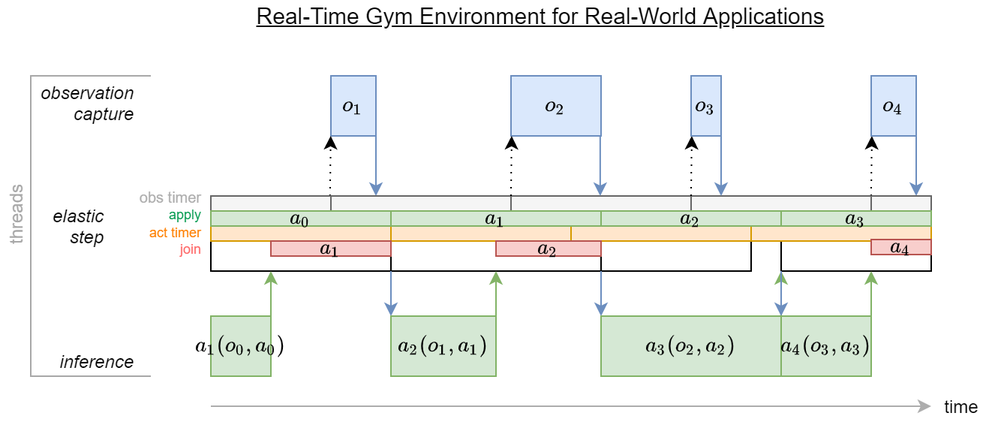
Earlier version of the draw.io export figures/rt_gym_env.png (Palamabron/TrackmaniaRL). Source tidied: cells renumbered, new cells last; positions are measured from the earlier drawing's top-left corner, leaving out a move shared by most shapes. The source it was exported from:
```xml
<mxGraphModel math="1">
  <root>
    <mxCell id="0" />
    <mxCell id="1" parent="0" />
    <mxCell id="2" style="strokeWidth=1;html=1;shape=mxgraph.flowchart.annotation_1;align=left;fontColor=#333333;fillColor=none;strokeColor=#A8A8A8;" parent="1" vertex="1">
      <mxGeometry x="40" y="50" width="80" height="200" as="geometry" />
    </mxCell>
    <mxCell id="3" style="rounded=0;whiteSpace=wrap;html=1;" parent="1" vertex="1">
      <mxGeometry x="160" y="130" width="120" height="50" as="geometry" />
    </mxCell>
    <mxCell id="4" style="endArrow=classic;html=1;fillColor=#f5f5f5;strokeColor=#ADADAD;" parent="1" edge="1">
      <mxGeometry relative="1" as="geometry">
        <mxPoint x="160" y="270" as="sourcePoint" />
        <mxPoint x="640" y="270" as="targetPoint" />
      </mxGeometry>
    </mxCell>
    <mxCell id="5" value="time" style="text;html=1;align=center;verticalAlign=middle;" parent="1" vertex="1">
      <mxGeometry x="640" y="260" width="40" height="20" as="geometry" />
    </mxCell>
    <mxCell id="6" value="$$a_1(o_0,a_0)$$" style="rounded=0;whiteSpace=wrap;html=1;fillColor=#d5e8d4;strokeColor=#82b366;" parent="1" vertex="1">
      <mxGeometry x="160" y="210" width="40" height="40" as="geometry" />
    </mxCell>
    <mxCell id="7" style="endArrow=classic;html=1;exitX=1;exitY=0;exitDx=0;exitDy=0;fillColor=#d5e8d4;strokeColor=#82b366;" parent="1" edge="1" source="6">
      <mxGeometry relative="1" as="geometry">
        <mxPoint x="200" y="180" as="targetPoint" />
      </mxGeometry>
    </mxCell>
    <mxCell id="8" value="&lt;i&gt;inference&lt;/i&gt;" style="text;html=1;align=right;verticalAlign=middle;" parent="1" vertex="1">
      <mxGeometry x="50" y="230" width="60" height="20" as="geometry" />
    </mxCell>
    <mxCell id="9" value="&lt;i&gt;observation&lt;br&gt;capture&lt;/i&gt;" style="text;html=1;align=right;verticalAlign=middle;" parent="1" vertex="1">
      <mxGeometry x="30" y="52.5" width="80" height="30" as="geometry" />
    </mxCell>
    <mxCell id="10" value="&lt;i&gt;elastic&lt;br&gt;step&lt;/i&gt;" style="text;html=1;align=right;verticalAlign=middle;" parent="1" vertex="1">
      <mxGeometry x="40" y="135" width="50" height="30" as="geometry" />
    </mxCell>
    <mxCell id="11" style="rounded=0;whiteSpace=wrap;html=1;" parent="1" vertex="1">
      <mxGeometry x="280" y="130" width="140" height="50" as="geometry" />
    </mxCell>
    <mxCell id="12" style="rounded=0;whiteSpace=wrap;html=1;" parent="1" vertex="1">
      <mxGeometry x="420" y="130" width="100" height="50" as="geometry" />
    </mxCell>
    <mxCell id="13" style="rounded=0;whiteSpace=wrap;html=1;" parent="1" vertex="1">
      <mxGeometry x="540" y="130" width="100" height="50" as="geometry" />
    </mxCell>
    <mxCell id="14" value="$$o_1$$" style="rounded=0;whiteSpace=wrap;html=1;fillColor=#dae8fc;strokeColor=#6c8ebf;" parent="1" vertex="1">
      <mxGeometry x="240" y="50" width="30" height="40" as="geometry" />
    </mxCell>
    <mxCell id="15" style="endArrow=classic;html=1;strokeColor=#000000;dashed=1;dashPattern=1 4;" parent="1" edge="1">
      <mxGeometry relative="1" as="geometry">
        <mxPoint x="239.4" y="130" as="sourcePoint" />
        <mxPoint x="239.9" y="90" as="targetPoint" />
      </mxGeometry>
    </mxCell>
    <mxCell id="16" style="endArrow=classic;html=1;fillColor=#dae8fc;strokeColor=#6c8ebf;" parent="1" edge="1">
      <mxGeometry relative="1" as="geometry">
        <mxPoint x="270" y="90" as="sourcePoint" />
        <mxPoint x="270" y="130" as="targetPoint" />
      </mxGeometry>
    </mxCell>
    <mxCell id="17" style="endArrow=classic;html=1;fillColor=#dae8fc;strokeColor=#6c8ebf;" parent="1" edge="1">
      <mxGeometry relative="1" as="geometry">
        <mxPoint x="280" y="180" as="sourcePoint" />
        <mxPoint x="280" y="210" as="targetPoint" />
      </mxGeometry>
    </mxCell>
    <mxCell id="18" value="$$a_2(o_1,a_1)$$" style="rounded=0;whiteSpace=wrap;html=1;fillColor=#d5e8d4;strokeColor=#82b366;" parent="1" vertex="1">
      <mxGeometry x="280" y="210" width="70" height="40" as="geometry" />
    </mxCell>
    <mxCell id="19" value="&lt;font color=&quot;#adadad&quot; size=&quot;1&quot;&gt;obs timer&lt;/font&gt;" style="text;html=1;align=right;verticalAlign=middle;" parent="1" vertex="1">
      <mxGeometry x="95" y="120" width="60" height="20" as="geometry" />
    </mxCell>
    <mxCell id="20" style="rounded=0;whiteSpace=wrap;html=1;fillColor=#f5f5f5;strokeColor=#666666;fontColor=#333333;" parent="1" vertex="1">
      <mxGeometry x="160" y="130" width="80" height="10" as="geometry" />
    </mxCell>
    <mxCell id="21" style="rounded=0;whiteSpace=wrap;html=1;fillColor=#f5f5f5;strokeColor=#666666;fontColor=#333333;" parent="1" vertex="1">
      <mxGeometry x="240" y="130" width="120" height="10" as="geometry" />
    </mxCell>
    <mxCell id="22" style="rounded=0;whiteSpace=wrap;html=1;fillColor=#f5f5f5;strokeColor=#666666;fontColor=#333333;" parent="1" vertex="1">
      <mxGeometry x="360" y="130" width="120" height="10" as="geometry" />
    </mxCell>
    <mxCell id="23" style="rounded=0;whiteSpace=wrap;html=1;fillColor=#f5f5f5;strokeColor=#666666;fontColor=#333333;" parent="1" vertex="1">
      <mxGeometry x="480" y="130" width="120" height="10" as="geometry" />
    </mxCell>
    <mxCell id="24" value="&lt;font style=&quot;font-size: 9px&quot; color=&quot;#00994d&quot;&gt;apply&lt;/font&gt;" style="text;html=1;align=right;verticalAlign=middle;" parent="1" vertex="1">
      <mxGeometry x="115" y="131" width="40" height="20" as="geometry" />
    </mxCell>
    <mxCell id="25" value="&lt;font style=&quot;font-size: 9px&quot; color=&quot;#ff6666&quot;&gt;join&lt;/font&gt;" style="text;html=1;align=right;verticalAlign=middle;" parent="1" vertex="1">
      <mxGeometry x="125" y="154" width="30" height="20" as="geometry" />
    </mxCell>
    <mxCell id="26" value="$$o_2$$" style="rounded=0;whiteSpace=wrap;html=1;fillColor=#dae8fc;strokeColor=#6c8ebf;" parent="1" vertex="1">
      <mxGeometry x="360" y="50" width="60" height="40" as="geometry" />
    </mxCell>
    <mxCell id="27" style="endArrow=classic;html=1;strokeColor=#000000;dashed=1;dashPattern=1 4;" parent="1" edge="1">
      <mxGeometry relative="1" as="geometry">
        <mxPoint x="360" y="130" as="sourcePoint" />
        <mxPoint x="360.4" y="90" as="targetPoint" />
      </mxGeometry>
    </mxCell>
    <mxCell id="28" style="endArrow=classic;html=1;fillColor=#dae8fc;strokeColor=#6c8ebf;" parent="1" edge="1">
      <mxGeometry relative="1" as="geometry">
        <mxPoint x="419.4" y="90" as="sourcePoint" />
        <mxPoint x="419.4" y="130" as="targetPoint" />
      </mxGeometry>
    </mxCell>
    <mxCell id="29" style="endArrow=classic;html=1;exitX=1;exitY=0;exitDx=0;exitDy=0;fillColor=#d5e8d4;strokeColor=#82b366;" parent="1" edge="1">
      <mxGeometry relative="1" as="geometry">
        <mxPoint x="350" y="210" as="sourcePoint" />
        <mxPoint x="350" y="180" as="targetPoint" />
      </mxGeometry>
    </mxCell>
    <mxCell id="30" style="endArrow=classic;html=1;strokeColor=#000000;dashed=1;dashPattern=1 4;" parent="1" edge="1">
      <mxGeometry relative="1" as="geometry">
        <mxPoint x="480" y="130" as="sourcePoint" />
        <mxPoint x="480.4" y="90" as="targetPoint" />
      </mxGeometry>
    </mxCell>
    <mxCell id="31" style="endArrow=classic;html=1;strokeColor=#000000;dashed=1;dashPattern=1 4;" parent="1" edge="1">
      <mxGeometry relative="1" as="geometry">
        <mxPoint x="600" y="130" as="sourcePoint" />
        <mxPoint x="600.4" y="90" as="targetPoint" />
      </mxGeometry>
    </mxCell>
    <mxCell id="32" value="$$o_3$$" style="rounded=0;whiteSpace=wrap;html=1;fillColor=#dae8fc;strokeColor=#6c8ebf;" parent="1" vertex="1">
      <mxGeometry x="480" y="50" width="20" height="40" as="geometry" />
    </mxCell>
    <mxCell id="33" value="$$o_4$$" style="rounded=0;whiteSpace=wrap;html=1;fillColor=#dae8fc;strokeColor=#6c8ebf;" parent="1" vertex="1">
      <mxGeometry x="600" y="50" width="30" height="40" as="geometry" />
    </mxCell>
    <mxCell id="34" style="endArrow=classic;html=1;fillColor=#dae8fc;strokeColor=#6c8ebf;" parent="1" edge="1">
      <mxGeometry relative="1" as="geometry">
        <mxPoint x="500" y="90" as="sourcePoint" />
        <mxPoint x="500" y="130" as="targetPoint" />
      </mxGeometry>
    </mxCell>
    <mxCell id="35" style="endArrow=classic;html=1;fillColor=#dae8fc;strokeColor=#6c8ebf;" parent="1" edge="1">
      <mxGeometry relative="1" as="geometry">
        <mxPoint x="630" y="90" as="sourcePoint" />
        <mxPoint x="630" y="130" as="targetPoint" />
      </mxGeometry>
    </mxCell>
    <mxCell id="36" style="endArrow=classic;html=1;fillColor=#dae8fc;strokeColor=#6c8ebf;" parent="1" edge="1">
      <mxGeometry relative="1" as="geometry">
        <mxPoint x="420" y="180" as="sourcePoint" />
        <mxPoint x="420" y="210" as="targetPoint" />
      </mxGeometry>
    </mxCell>
    <mxCell id="37" value="$$a_3(o_2,a_2)$$" style="rounded=0;whiteSpace=wrap;html=1;fillColor=#d5e8d4;strokeColor=#82b366;" parent="1" vertex="1">
      <mxGeometry x="420" y="210" width="120" height="40" as="geometry" />
    </mxCell>
    <mxCell id="38" style="endArrow=classic;html=1;exitX=1;exitY=0;exitDx=0;exitDy=0;fillColor=#d5e8d4;strokeColor=#82b366;" parent="1" edge="1">
      <mxGeometry relative="1" as="geometry">
        <mxPoint x="540" y="210" as="sourcePoint" />
        <mxPoint x="540" y="180" as="targetPoint" />
      </mxGeometry>
    </mxCell>
    <mxCell id="39" value="&lt;font style=&quot;font-size: 15px&quot;&gt;&lt;u&gt;Real-Time Gym Environment for Real-World Applications&lt;/u&gt;&lt;/font&gt;" style="text;html=1;strokeColor=none;fillColor=none;align=center;verticalAlign=middle;whiteSpace=wrap;rounded=0;" parent="1" vertex="1">
      <mxGeometry x="160" width="440" height="20" as="geometry" />
    </mxCell>
    <mxCell id="40" value="&lt;font color=&quot;#a8a8a8&quot;&gt;threads&lt;/font&gt;" style="text;html=1;align=center;verticalAlign=middle;rotation=270;" parent="1" vertex="1">
      <mxGeometry y="133" width="60" height="20" as="geometry" />
    </mxCell>
    <mxCell id="41" value="&lt;font style=&quot;font-size: 9px&quot; color=&quot;#ff8000&quot;&gt;act timer&lt;/font&gt;" style="text;html=1;align=right;verticalAlign=middle;" parent="1" vertex="1">
      <mxGeometry x="105" y="143" width="50" height="20" as="geometry" />
    </mxCell>
    <mxCell id="42" style="rounded=0;whiteSpace=wrap;html=1;fillColor=#ffe6cc;strokeColor=#d79b00;" parent="1" vertex="1">
      <mxGeometry x="280" y="150" width="120" height="10" as="geometry" />
    </mxCell>
    <mxCell id="43" style="rounded=0;whiteSpace=wrap;html=1;fillColor=#ffe6cc;strokeColor=#d79b00;" parent="1" vertex="1">
      <mxGeometry x="400" y="150" width="120" height="10" as="geometry" />
    </mxCell>
    <mxCell id="44" style="rounded=0;whiteSpace=wrap;html=1;fillColor=#ffe6cc;strokeColor=#d79b00;" parent="1" vertex="1">
      <mxGeometry x="520" y="150" width="120" height="10" as="geometry" />
    </mxCell>
    <mxCell id="45" style="rounded=0;whiteSpace=wrap;html=1;fillColor=#ffe6cc;strokeColor=#d79b00;" parent="1" vertex="1">
      <mxGeometry x="160" y="150" width="120" height="10" as="geometry" />
    </mxCell>
    <mxCell id="46" style="rounded=0;whiteSpace=wrap;html=1;fillColor=#f5f5f5;strokeColor=#666666;fontColor=#333333;" parent="1" vertex="1">
      <mxGeometry x="600" y="130" width="40" height="10" as="geometry" />
    </mxCell>
    <mxCell id="47" value="$$a_0$$" style="rounded=0;whiteSpace=wrap;html=1;fillColor=#d5e8d4;strokeColor=#82b366;" parent="1" vertex="1">
      <mxGeometry x="160" y="140" width="120" height="10" as="geometry" />
    </mxCell>
    <mxCell id="48" value="$$a_1$$" style="rounded=0;whiteSpace=wrap;html=1;fillColor=#d5e8d4;strokeColor=#82b366;" parent="1" vertex="1">
      <mxGeometry x="280" y="140" width="140" height="10" as="geometry" />
    </mxCell>
    <mxCell id="49" value="$$a_2$$" style="rounded=0;whiteSpace=wrap;html=1;fillColor=#d5e8d4;strokeColor=#82b366;" parent="1" vertex="1">
      <mxGeometry x="420" y="140" width="120" height="10" as="geometry" />
    </mxCell>
    <mxCell id="50" value="$$a_3$$" style="rounded=0;whiteSpace=wrap;html=1;fillColor=#d5e8d4;strokeColor=#82b366;" parent="1" vertex="1">
      <mxGeometry x="540" y="140" width="100" height="10" as="geometry" />
    </mxCell>
    <mxCell id="51" value="$$a_1$$" style="rounded=0;whiteSpace=wrap;html=1;fillColor=#f8cecc;strokeColor=#b85450;" parent="1" vertex="1">
      <mxGeometry x="200" y="160" width="80" height="10" as="geometry" />
    </mxCell>
    <mxCell id="52" value="$$a_2$$" style="rounded=0;whiteSpace=wrap;html=1;fillColor=#f8cecc;strokeColor=#b85450;" parent="1" vertex="1">
      <mxGeometry x="350" y="160" width="70" height="10" as="geometry" />
    </mxCell>
    <mxCell id="53" style="endArrow=classic;html=1;fillColor=#dae8fc;strokeColor=#6c8ebf;" parent="1" edge="1">
      <mxGeometry relative="1" as="geometry">
        <mxPoint x="540" y="180" as="sourcePoint" />
        <mxPoint x="540" y="210" as="targetPoint" />
      </mxGeometry>
    </mxCell>
    <mxCell id="54" value="$$a_4(o_3,a_3)$$" style="rounded=0;whiteSpace=wrap;html=1;fillColor=#d5e8d4;strokeColor=#82b366;" parent="1" vertex="1">
      <mxGeometry x="540" y="210" width="60" height="40" as="geometry" />
    </mxCell>
    <mxCell id="55" style="endArrow=classic;html=1;exitX=1;exitY=0;exitDx=0;exitDy=0;fillColor=#d5e8d4;strokeColor=#82b366;" parent="1" edge="1">
      <mxGeometry relative="1" as="geometry">
        <mxPoint x="600" y="210" as="sourcePoint" />
        <mxPoint x="600" y="180" as="targetPoint" />
      </mxGeometry>
    </mxCell>
    <mxCell id="56" value="$$a_4$$" style="rounded=0;whiteSpace=wrap;html=1;fillColor=#f8cecc;strokeColor=#b85450;" parent="1" vertex="1">
      <mxGeometry x="600" y="159" width="40" height="10" as="geometry" />
    </mxCell>
  </root>
</mxGraphModel>
```
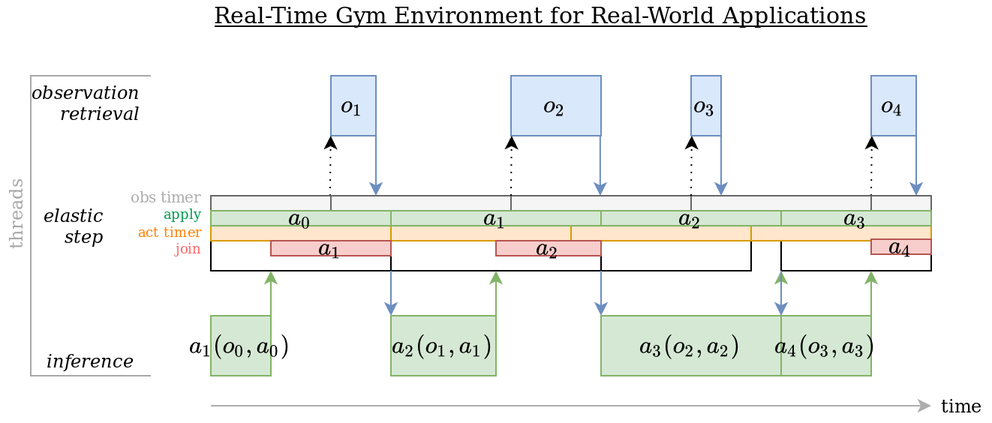
Above is the later version.

The edit, as a diff of the source:
```diff
@@ -28,8 +28,8 @@
     <mxCell id="8" value="&lt;i&gt;inference&lt;/i&gt;" style="text;html=1;align=right;verticalAlign=middle;" parent="1" vertex="1">
       <mxGeometry x="50" y="230" width="60" height="20" as="geometry" />
     </mxCell>
-    <mxCell id="9" value="&lt;i&gt;observation&lt;br&gt;capture&lt;/i&gt;" style="text;html=1;align=right;verticalAlign=middle;" parent="1" vertex="1">
-      <mxGeometry x="30" y="52.5" width="80" height="30" as="geometry" />
+    <mxCell id="9" value="&lt;i&gt;observation&lt;br&gt;retrieval&lt;br&gt;&lt;/i&gt;" style="text;html=1;align=right;verticalAlign=middle;" parent="1" vertex="1">
+      <mxGeometry x="24" y="52.5" width="90" height="30" as="geometry" />
     </mxCell>
     <mxCell id="10" value="&lt;i&gt;elastic&lt;br&gt;step&lt;/i&gt;" style="text;html=1;align=right;verticalAlign=middle;" parent="1" vertex="1">
       <mxGeometry x="40" y="135" width="50" height="30" as="geometry" />
```
